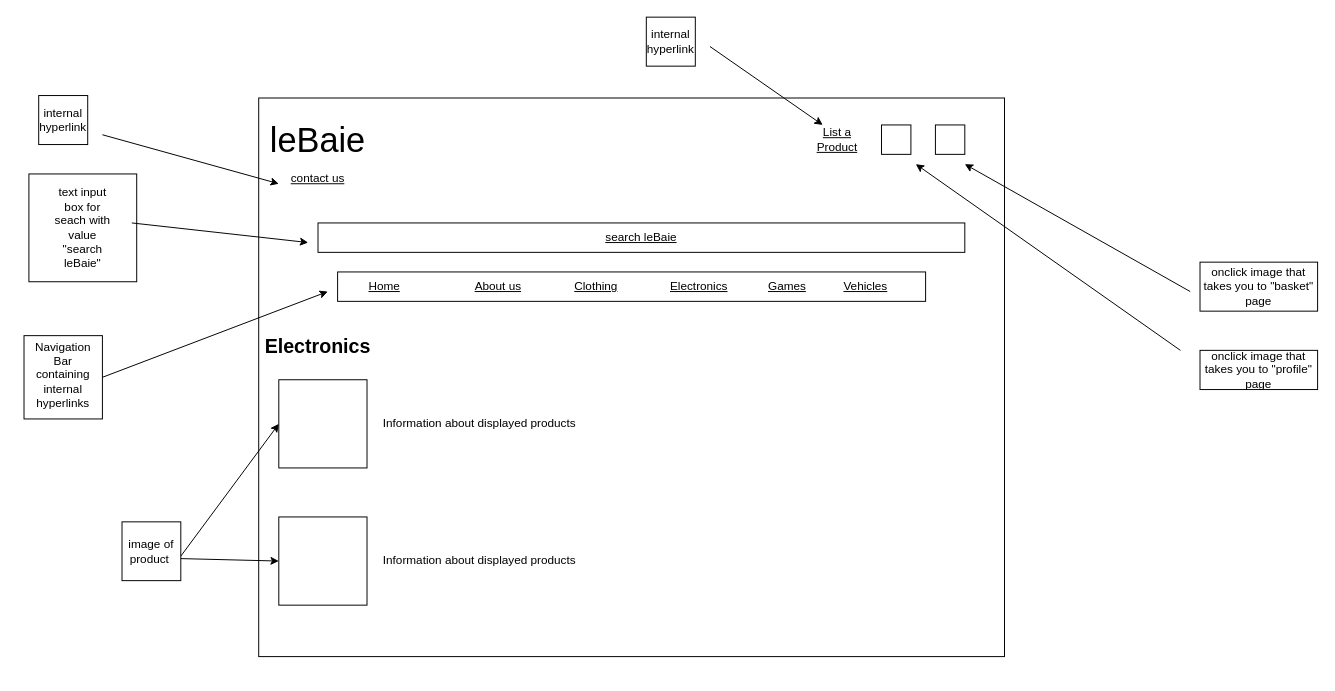
The draw.io diagram Design - Wireframes/electronicsFrame.drawio in LordLoganM/AH-Computing-Project---LeBaie, before the edit. Source tidied: cells renumbered, new cells numbered last; positions are measured from the earlier drawing's top-left corner, leaving out a move shared by most shapes. Both pictures are drawn from the tidied source at 98%, with x=0, y=0 at pixel (24, 17).
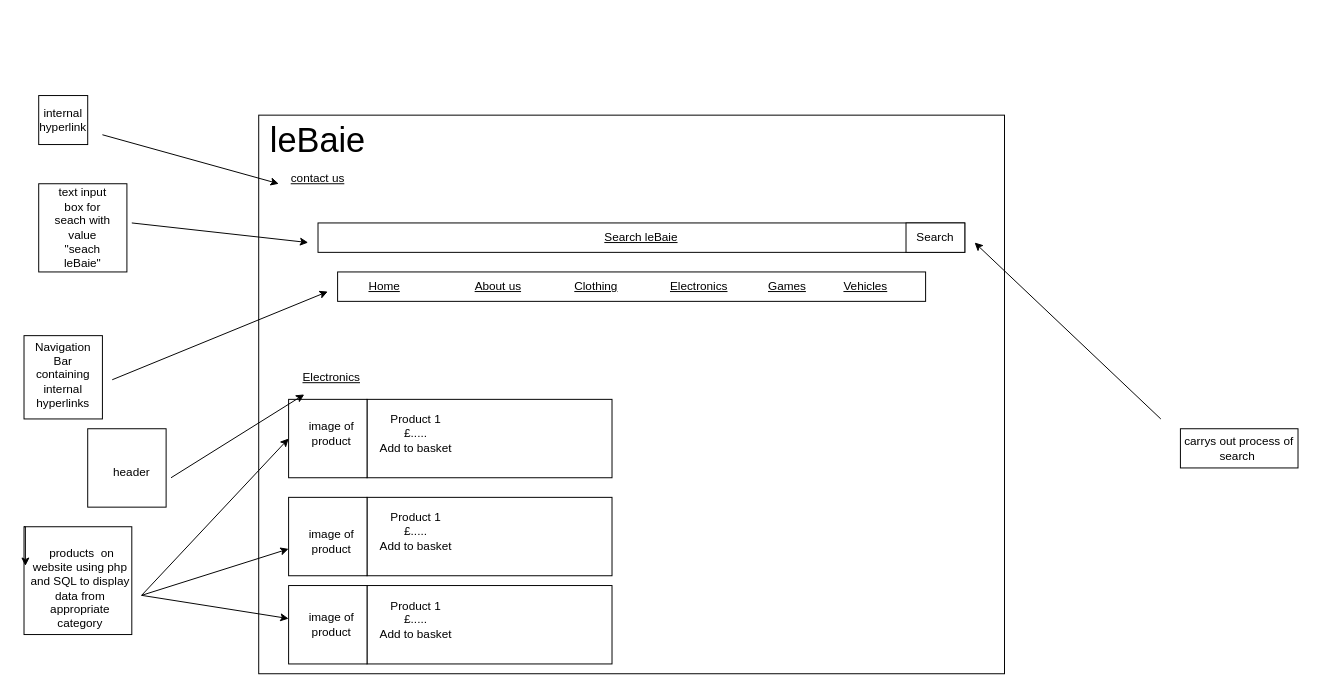
The same page after the edit.

Diff of the diagram source:
```diff
@@
-    <mxCell id="2" style="rounded=0;whiteSpace=wrap;html=1;fillColor=none;fontStyle=4;" parent="1" vertex="1">
-      <mxGeometry x="239.5" y="82.5" width="761" height="570" as="geometry" />
-    </mxCell>
-    <mxCell id="3" style="rounded=0;whiteSpace=wrap;html=1;fillColor=none;" parent="1" vertex="1">
-      <mxGeometry x="320" y="260" width="600" height="30" as="geometry" />
-    </mxCell>
-    <mxCell id="4" value="search leBaie" style="rounded=0;whiteSpace=wrap;html=1;fontStyle=4;" parent="1" vertex="1">
-      <mxGeometry x="300" y="210" width="660" height="30" as="geometry" />
-    </mxCell>
+    <mxCell id="41" style="rounded=0;whiteSpace=wrap;html=1;fillColor=none;fontStyle=4;" parent="1" vertex="1">
+      <mxGeometry x="239.5" y="100" width="761" height="570" as="geometry" />
+    </mxCell>
+    <mxCell id="42" style="rounded=0;whiteSpace=wrap;html=1;" parent="1" vertex="1">
+      <mxGeometry x="350" y="390" width="250" height="80" as="geometry" />
+    </mxCell>
+    <mxCell id="43" style="rounded=0;whiteSpace=wrap;html=1;fillColor=none;" parent="1" vertex="1">
+      <mxGeometry y="325" width="80" height="85" as="geometry" />
+    </mxCell>
+    <mxCell id="44" style="whiteSpace=wrap;html=1;fillColor=none;" parent="1" vertex="1">
+      <mxGeometry y="520" width="110" height="110" as="geometry" />
+    </mxCell>
+    <mxCell id="45" style="rounded=0;whiteSpace=wrap;html=1;fillColor=none;" parent="1" vertex="1">
+      <mxGeometry x="320" y="260" width="600" height="30" as="geometry" />
+    </mxCell>
+    <mxCell id="46" style="whiteSpace=wrap;html=1;fillColor=none;" parent="1" vertex="1">
+      <mxGeometry x="15" y="80" width="50" height="50" as="geometry" />
+    </mxCell>
+    <mxCell id="47" style="whiteSpace=wrap;html=1;fillColor=none;" parent="1" vertex="1">
+      <mxGeometry x="15" y="170" width="90" height="90" as="geometry" />
+    </mxCell>
+    <mxCell id="48" style="endArrow=none;html=1;rounded=0;" parent="1" edge="1">
+      <mxGeometry relative="1" as="geometry">
+        <mxPoint x="370" y="605" as="sourcePoint" />
+        <mxPoint x="370" y="605" as="targetPoint" />
+      </mxGeometry>
+    </mxCell>
+    <mxCell id="49" value="Search leBaie" style="rounded=0;whiteSpace=wrap;html=1;fontStyle=4;" parent="1" vertex="1">
+      <mxGeometry x="300" y="210" width="660" height="30" as="geometry" />
+    </mxCell>
+    <mxCell id="12" value="&lt;font style=&quot;font-size: 35px;&quot;&gt;leBaie&lt;/font&gt;" style="text;html=1;strokeColor=none;fillColor=none;align=center;verticalAlign=middle;whiteSpace=wrap;rounded=0;fontStyle=0;" parent="1" vertex="1">
+      <mxGeometry x="270" y="120" width="60" height="10" as="geometry" />
+    </mxCell>
@@
-    <mxCell id="12" value="&lt;span style=&quot;font-size: 35px;&quot;&gt;leBaie&lt;/span&gt;" style="text;html=1;strokeColor=none;fillColor=none;align=center;verticalAlign=middle;whiteSpace=wrap;rounded=0;fontStyle=0;" parent="1" vertex="1">
-      <mxGeometry x="270" y="120" width="60" height="10" as="geometry" />
-    </mxCell>
-    <mxCell id="13" value="&lt;span style=&quot;font-size: 20px;&quot;&gt;&lt;b&gt;Electronics&lt;/b&gt;&lt;/span&gt;" style="text;html=1;strokeColor=none;fillColor=none;align=center;verticalAlign=middle;whiteSpace=wrap;rounded=0;" parent="1" vertex="1">
-      <mxGeometry x="270" y="320" width="60" height="30" as="geometry" />
+    <mxCell id="13" value="&lt;u&gt;Electronics&lt;/u&gt;" style="text;html=1;strokeColor=none;fillColor=none;align=center;verticalAlign=middle;whiteSpace=wrap;rounded=0;" parent="1" vertex="1">
+      <mxGeometry x="174" y="350" width="280" height="35" as="geometry" />
     </mxCell>
-    <mxCell id="14" style="whiteSpace=wrap;html=1;" parent="1" vertex="1">
-      <mxGeometry x="875" y="110" width="30" height="30" as="geometry" />
-    </mxCell>
-    <mxCell id="15" style="whiteSpace=wrap;html=1;" parent="1" vertex="1">
-      <mxGeometry x="930" y="110" width="30" height="30" as="geometry" />
-    </mxCell>
-    <mxCell id="16" style="endArrow=classic;html=1;rounded=0;" parent="1" edge="1">
-      <mxGeometry relative="1" as="geometry">
-        <mxPoint x="1180" y="340" as="sourcePoint" />
-        <mxPoint x="910" y="150" as="targetPoint" />
-      </mxGeometry>
-    </mxCell>
-    <mxCell id="17" value="onclick image that takes you to &quot;profile&quot; page" style="rounded=0;whiteSpace=wrap;html=1;fillColor=none;" parent="1" vertex="1">
-      <mxGeometry x="1200" y="340" width="120" height="40" as="geometry" />
-    </mxCell>
-    <mxCell id="18" style="endArrow=classic;html=1;rounded=0;" parent="1" edge="1">
-      <mxGeometry relative="1" as="geometry">
-        <mxPoint x="1190" y="280" as="sourcePoint" />
-        <mxPoint x="960" y="150" as="targetPoint" />
-      </mxGeometry>
-    </mxCell>
-    <mxCell id="19" value="onclick image that takes you to &quot;basket&quot; page" style="rounded=0;whiteSpace=wrap;html=1;fillColor=none;" parent="1" vertex="1">
-      <mxGeometry x="1200" y="250" width="120" height="50" as="geometry" />
-    </mxCell>
-    <mxCell id="20" style="whiteSpace=wrap;html=1;" parent="1" vertex="1">
-      <mxGeometry x="260" y="510" width="90" height="90" as="geometry" />
-    </mxCell>
-    <mxCell id="21" style="whiteSpace=wrap;html=1;" parent="1" vertex="1">
-      <mxGeometry x="260" y="370" width="90" height="90" as="geometry" />
-    </mxCell>
-    <mxCell id="22" style="endArrow=classic;html=1;rounded=0;exitX=1;exitY=0.75;exitDx=0;exitDy=0;entryX=0;entryY=0.5;entryDx=0;entryDy=0;" parent="1" edge="1" source="24" target="20">
-      <mxGeometry relative="1" as="geometry" />
-    </mxCell>
-    <mxCell id="23" style="endArrow=classic;html=1;rounded=0;entryX=0;entryY=0.5;entryDx=0;entryDy=0;" parent="1" edge="1" target="21">
-      <mxGeometry relative="1" as="geometry">
-        <mxPoint x="160" y="550" as="sourcePoint" />
-      </mxGeometry>
-    </mxCell>
-    <mxCell id="24" value="image of product&amp;nbsp;" style="text;html=1;strokeColor=none;fillColor=none;align=center;verticalAlign=middle;whiteSpace=wrap;rounded=0;" parent="1" vertex="1">
-      <mxGeometry x="100" y="530" width="60" height="30" as="geometry" />
-    </mxCell>
-    <mxCell id="25" value="Information about displayed products" style="text;html=1;strokeColor=none;fillColor=none;align=center;verticalAlign=middle;whiteSpace=wrap;rounded=0;" parent="1" vertex="1">
-      <mxGeometry x="360" y="400" width="210" height="30" as="geometry" />
-    </mxCell>
-    <mxCell id="26" value="Information about displayed products" style="text;html=1;strokeColor=none;fillColor=none;align=center;verticalAlign=middle;whiteSpace=wrap;rounded=0;" parent="1" vertex="1">
-      <mxGeometry x="360" y="540" width="210" height="30" as="geometry" />
-    </mxCell>
-    <mxCell id="27" style="whiteSpace=wrap;html=1;fillColor=none;" parent="1" vertex="1">
-      <mxGeometry x="5" y="160" width="110" height="110" as="geometry" />
-    </mxCell>
-    <mxCell id="28" style="endArrow=classic;html=1;rounded=0;" parent="1" edge="1">
-      <mxGeometry relative="1" as="geometry">
-        <mxPoint x="110" y="210" as="sourcePoint" />
-        <mxPoint x="290" y="230" as="targetPoint" />
-      </mxGeometry>
-    </mxCell>
-    <mxCell id="29" value="text input box for seach with value &quot;search leBaie&quot;" style="text;html=1;strokeColor=none;fillColor=none;align=center;verticalAlign=middle;whiteSpace=wrap;rounded=0;" parent="1" vertex="1">
-      <mxGeometry x="30" y="200" width="60" height="30" as="geometry" />
-    </mxCell>
-    <mxCell id="30" style="rounded=0;whiteSpace=wrap;html=1;fillColor=none;" parent="1" vertex="1">
-      <mxGeometry y="325" width="80" height="85" as="geometry" />
-    </mxCell>
+    <mxCell id="50" style="whiteSpace=wrap;html=1;" parent="1" vertex="1">
+      <mxGeometry x="270" y="390" width="80" height="80" as="geometry" />
+    </mxCell>
+    <mxCell id="51" value="Product 1&lt;br&gt;£.....&lt;br&gt;Add to basket" style="text;html=1;strokeColor=none;fillColor=none;align=center;verticalAlign=middle;whiteSpace=wrap;rounded=0;" parent="1" vertex="1">
+      <mxGeometry x="350" y="410" width="100" height="30" as="geometry" />
+    </mxCell>
@@
-    <mxCell id="32" style="endArrow=classic;html=1;rounded=0;exitX=1;exitY=0.5;exitDx=0;exitDy=0;" parent="1" edge="1" source="30">
-      <mxGeometry relative="1" as="geometry">
-        <mxPoint x="310" y="280" as="targetPoint" />
-      </mxGeometry>
-    </mxCell>
-    <mxCell id="33" style="rounded=0;whiteSpace=wrap;html=1;fillColor=none;" parent="1" vertex="1">
-      <mxGeometry x="100" y="515" width="60" height="60" as="geometry" />
-    </mxCell>
-    <mxCell id="34" style="whiteSpace=wrap;html=1;fillColor=none;" parent="1" vertex="1">
-      <mxGeometry x="15" y="80" width="50" height="50" as="geometry" />
-    </mxCell>
-    <mxCell id="35" value="internal hyperlink " style="text;html=1;fillColor=none;align=center;verticalAlign=middle;whiteSpace=wrap;rounded=0;" parent="1" vertex="1">
-      <mxGeometry x="10" y="90" width="60" height="30" as="geometry" />
-    </mxCell>
-    <mxCell id="36" style="endArrow=classic;html=1;rounded=0;" parent="1" edge="1">
-      <mxGeometry relative="1" as="geometry">
-        <mxPoint x="80" y="120" as="sourcePoint" />
-        <mxPoint x="260" y="170" as="targetPoint" />
-      </mxGeometry>
-    </mxCell>
-    <mxCell id="37" value="&lt;u&gt;List a Product&lt;/u&gt;" style="text;html=1;strokeColor=none;fillColor=none;align=center;verticalAlign=middle;whiteSpace=wrap;rounded=0;" parent="1" vertex="1">
-      <mxGeometry x="800" y="110" width="60" height="30" as="geometry" />
-    </mxCell>
-    <mxCell id="38" style="whiteSpace=wrap;html=1;fillColor=none;" parent="1" vertex="1">
-      <mxGeometry x="635" width="50" height="50" as="geometry" />
-    </mxCell>
-    <mxCell id="39" value="internal hyperlink " style="text;html=1;fillColor=none;align=center;verticalAlign=middle;whiteSpace=wrap;rounded=0;" parent="1" vertex="1">
-      <mxGeometry x="630" y="10" width="60" height="30" as="geometry" />
-    </mxCell>
-    <mxCell id="40" style="endArrow=classic;html=1;rounded=0;entryX=0.25;entryY=0;entryDx=0;entryDy=0;" parent="1" edge="1" target="37">
-      <mxGeometry relative="1" as="geometry">
-        <mxPoint x="700" y="30" as="sourcePoint" />
-      </mxGeometry>
-    </mxCell>
+    <mxCell id="52" value="&amp;nbsp;products&amp;nbsp; on website using php and SQL to display data from appropriate category" style="text;html=1;strokeColor=none;fillColor=none;align=center;verticalAlign=middle;whiteSpace=wrap;rounded=0;" parent="1" vertex="1">
+      <mxGeometry x="5" y="520" width="105" height="125" as="geometry" />
+    </mxCell>
+    <mxCell id="53" value="internal hyperlink " style="text;html=1;fillColor=none;align=center;verticalAlign=middle;whiteSpace=wrap;rounded=0;" parent="1" vertex="1">
+      <mxGeometry x="10" y="90" width="60" height="30" as="geometry" />
+    </mxCell>
+    <mxCell id="54" style="endArrow=classic;html=1;rounded=0;" parent="1" edge="1">
+      <mxGeometry relative="1" as="geometry">
+        <mxPoint x="90" y="370" as="sourcePoint" />
+        <mxPoint x="310" y="280" as="targetPoint" />
+      </mxGeometry>
+    </mxCell>
+    <mxCell id="55" style="endArrow=classic;html=1;rounded=0;" parent="1" edge="1">
+      <mxGeometry relative="1" as="geometry">
+        <mxPoint x="120" y="590" as="sourcePoint" />
+        <mxPoint x="270" y="542.6" as="targetPoint" />
+      </mxGeometry>
+    </mxCell>
+    <mxCell id="56" style="endArrow=classic;html=1;rounded=0;" parent="1" edge="1">
+      <mxGeometry relative="1" as="geometry">
+        <mxPoint x="80" y="120" as="sourcePoint" />
+        <mxPoint x="260" y="170" as="targetPoint" />
+      </mxGeometry>
+    </mxCell>
+    <mxCell id="57" style="endArrow=classic;html=1;rounded=0;" parent="1" edge="1">
+      <mxGeometry relative="1" as="geometry">
+        <mxPoint x="120" y="590" as="sourcePoint" />
+        <mxPoint x="270" y="613.7" as="targetPoint" />
+      </mxGeometry>
+    </mxCell>
+    <mxCell id="58" style="endArrow=classic;html=1;rounded=0;entryX=0;entryY=0.5;entryDx=0;entryDy=0;" parent="1" edge="1" target="50">
+      <mxGeometry relative="1" as="geometry">
+        <mxPoint x="120" y="590" as="sourcePoint" />
+      </mxGeometry>
+    </mxCell>
+    <mxCell id="59" style="endArrow=classic;html=1;rounded=0;" parent="1" edge="1">
+      <mxGeometry relative="1" as="geometry">
+        <mxPoint x="110" y="210" as="sourcePoint" />
+        <mxPoint x="290" y="230" as="targetPoint" />
+      </mxGeometry>
+    </mxCell>
+    <mxCell id="60" value="text input box for seach with value &quot;seach leBaie&quot; " style="text;html=1;strokeColor=none;fillColor=none;align=center;verticalAlign=middle;whiteSpace=wrap;rounded=0;" parent="1" vertex="1">
+      <mxGeometry x="30" y="200" width="60" height="30" as="geometry" />
+    </mxCell>
+    <mxCell id="61" value="Search" style="rounded=0;whiteSpace=wrap;html=1;" parent="1" vertex="1">
+      <mxGeometry x="900" y="210" width="60" height="30" as="geometry" />
+    </mxCell>
+    <mxCell id="62" style="endArrow=classic;html=1;rounded=0;" parent="1" edge="1">
+      <mxGeometry relative="1" as="geometry">
+        <mxPoint x="1160" y="410" as="sourcePoint" />
+        <mxPoint x="970" y="230" as="targetPoint" />
+      </mxGeometry>
+    </mxCell>
+    <mxCell id="63" value="carrys out process of search&amp;nbsp;" style="rounded=0;whiteSpace=wrap;html=1;fillColor=none;" parent="1" vertex="1">
+      <mxGeometry x="1180" y="420" width="120" height="40" as="geometry" />
+    </mxCell>
+    <mxCell id="64" style="endArrow=none;html=1;rounded=0;" parent="1" edge="1">
+      <mxGeometry relative="1" as="geometry">
+        <mxPoint x="1280" y="570" as="sourcePoint" />
+        <mxPoint x="1280" y="570" as="targetPoint" />
+      </mxGeometry>
+    </mxCell>
+    <mxCell id="65" style="edgeStyle=orthogonalEdgeStyle;rounded=0;orthogonalLoop=1;jettySize=auto;html=1;exitX=0;exitY=0;exitDx=0;exitDy=0;entryX=0.013;entryY=0.363;entryDx=0;entryDy=0;entryPerimeter=0;" parent="1" edge="1" source="44" target="44">
+      <mxGeometry relative="1" as="geometry" />
+    </mxCell>
+    <mxCell id="66" style="rounded=0;whiteSpace=wrap;html=1;" parent="1" vertex="1">
+      <mxGeometry x="350" y="490" width="250" height="80" as="geometry" />
+    </mxCell>
+    <mxCell id="67" style="whiteSpace=wrap;html=1;" parent="1" vertex="1">
+      <mxGeometry x="270" y="490" width="80" height="80" as="geometry" />
+    </mxCell>
+    <mxCell id="68" value="Product 1&lt;br&gt;£.....&lt;br&gt;Add to basket" style="text;html=1;strokeColor=none;fillColor=none;align=center;verticalAlign=middle;whiteSpace=wrap;rounded=0;" parent="1" vertex="1">
+      <mxGeometry x="350" y="510" width="100" height="30" as="geometry" />
+    </mxCell>
+    <mxCell id="69" style="rounded=0;whiteSpace=wrap;html=1;" parent="1" vertex="1">
+      <mxGeometry x="350" y="580" width="250" height="80" as="geometry" />
+    </mxCell>
+    <mxCell id="70" style="whiteSpace=wrap;html=1;" parent="1" vertex="1">
+      <mxGeometry x="270" y="580" width="80" height="80" as="geometry" />
+    </mxCell>
+    <mxCell id="71" value="Product 1&lt;br&gt;£.....&lt;br&gt;Add to basket" style="text;html=1;strokeColor=none;fillColor=none;align=center;verticalAlign=middle;whiteSpace=wrap;rounded=0;" parent="1" vertex="1">
+      <mxGeometry x="350" y="600" width="100" height="30" as="geometry" />
+    </mxCell>
+    <mxCell id="72" value="image of product" style="text;html=1;strokeColor=none;fillColor=none;align=center;verticalAlign=middle;whiteSpace=wrap;rounded=0;" parent="1" vertex="1">
+      <mxGeometry x="284" y="410" width="60" height="30" as="geometry" />
+    </mxCell>
+    <mxCell id="73" value="image of product" style="text;html=1;strokeColor=none;fillColor=none;align=center;verticalAlign=middle;whiteSpace=wrap;rounded=0;" parent="1" vertex="1">
+      <mxGeometry x="284" y="520" width="60" height="30" as="geometry" />
+    </mxCell>
+    <mxCell id="74" value="image of product" style="text;html=1;strokeColor=none;fillColor=none;align=center;verticalAlign=middle;whiteSpace=wrap;rounded=0;" parent="1" vertex="1">
+      <mxGeometry x="284" y="605" width="60" height="30" as="geometry" />
+    </mxCell>
+    <mxCell id="75" style="whiteSpace=wrap;html=1;" parent="1" vertex="1">
+      <mxGeometry x="65" y="420" width="80" height="80" as="geometry" />
+    </mxCell>
+    <mxCell id="76" value="header" style="text;html=1;strokeColor=none;fillColor=none;align=center;verticalAlign=middle;whiteSpace=wrap;rounded=0;" parent="1" vertex="1">
+      <mxGeometry x="80" y="450" width="60" height="30" as="geometry" />
+    </mxCell>
+    <mxCell id="77" style="endArrow=classic;html=1;rounded=0;" parent="1" edge="1" target="13">
+      <mxGeometry relative="1" as="geometry">
+        <mxPoint x="150" y="470" as="sourcePoint" />
+      </mxGeometry>
+    </mxCell>
```
